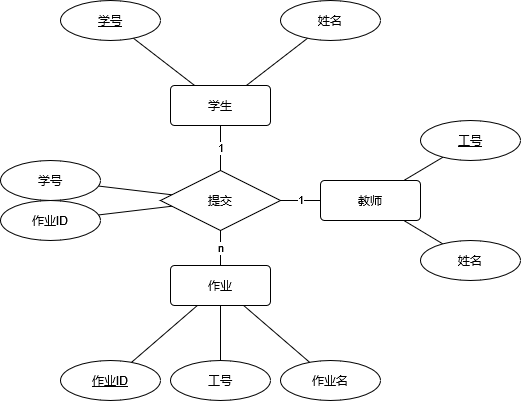
Before: README.assets/E-R.drawio.png, a diagram exported from draw.io (mind-dance/students-assignments). Source tidied: cells renumbered, new cells last; positions are measured from the earlier drawing's top-left corner, leaving out a move shared by most shapes.
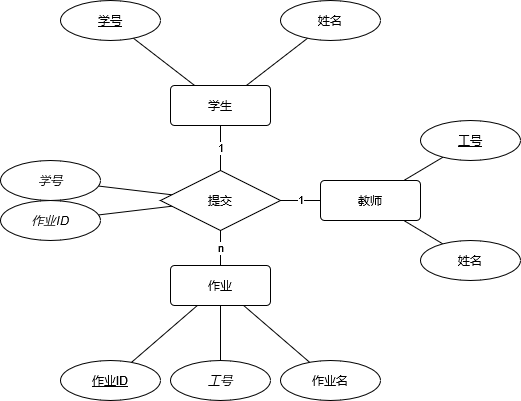
Above is the later version.

What changed in the source:
```diff
@@ -26,7 +26,7 @@
     <mxCell id="9" style="endArrow=none;html=1;rounded=0;" parent="1" edge="1" source="8" target="3">
       <mxGeometry relative="1" as="geometry" />
     </mxCell>
-    <mxCell id="10" value="学号" style="ellipse;whiteSpace=wrap;html=1;align=center;" parent="1" vertex="1">
+    <mxCell id="10" value="&lt;i&gt;学号&lt;/i&gt;" style="ellipse;whiteSpace=wrap;html=1;align=center;" parent="1" vertex="1">
       <mxGeometry y="160" width="100" height="40" as="geometry" />
     </mxCell>
     <mxCell id="11" style="endArrow=none;html=1;rounded=0;" parent="1" edge="1" source="10" target="14">
@@ -50,7 +50,7 @@
     <mxCell id="17" value="&lt;u&gt;作业ID&lt;/u&gt;" style="ellipse;whiteSpace=wrap;html=1;align=center;" parent="1" vertex="1">
       <mxGeometry x="60" y="360" width="100" height="40" as="geometry" />
     </mxCell>
-    <mxCell id="18" value="作业ID" style="ellipse;whiteSpace=wrap;html=1;align=center;" parent="1" vertex="1">
+    <mxCell id="18" value="&lt;i&gt;作业ID&lt;/i&gt;" style="ellipse;whiteSpace=wrap;html=1;align=center;" parent="1" vertex="1">
       <mxGeometry y="200" width="100" height="40" as="geometry" />
     </mxCell>
     <mxCell id="19" style="endArrow=none;html=1;rounded=0;" parent="1" edge="1" source="18" target="14">
@@ -59,7 +59,7 @@
     <mxCell id="20" style="rounded=0;jettySize=auto;html=1;endArrow=none;endFill=0;" parent="1" edge="1" source="21" target="5">
       <mxGeometry relative="1" as="geometry" />
     </mxCell>
-    <mxCell id="21" value="工号" style="ellipse;whiteSpace=wrap;html=1;align=center;" parent="1" vertex="1">
+    <mxCell id="21" value="&lt;i&gt;工号&lt;/i&gt;" style="ellipse;whiteSpace=wrap;html=1;align=center;" parent="1" vertex="1">
       <mxGeometry x="170" y="360" width="100" height="40" as="geometry" />
     </mxCell>
     <mxCell id="22" style="rounded=0;jettySize=auto;html=1;endArrow=none;endFill=0;" parent="1" edge="1" source="23" target="26">
```
